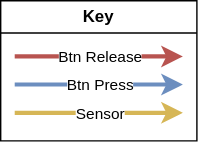
This is design/state_transitions.drawio.svg from FRCTeam3255/2026_Retrobot_Code, a draw.io export, as it was before one commit. Source tidied: cells renumbered, new cells last; positions are measured from the earlier drawing's top-left corner, leaving out a move shared by most shapes. Source of this version:
```xml
<mxGraphModel>
  <root>
    <mxCell id="0" />
    <mxCell id="1" parent="0" />
    <mxCell id="2" value="Key" style="swimlane;whiteSpace=wrap;html=1;" parent="1" vertex="1">
      <mxGeometry width="140" height="100" as="geometry" />
    </mxCell>
    <mxCell id="3" style="endArrow=classic;html=1;fillColor=#f8cecc;strokeColor=#b85450;strokeWidth=3;" parent="2" edge="1">
      <mxGeometry relative="1" as="geometry">
        <mxPoint x="10" y="39.8" as="sourcePoint" />
        <mxPoint x="130" y="39.8" as="targetPoint" />
      </mxGeometry>
    </mxCell>
    <mxCell id="4" value="Btn Release" style="edgeLabel;html=1;align=center;verticalAlign=middle;" parent="3" vertex="1">
      <mxGeometry relative="1" as="geometry" />
    </mxCell>
    <mxCell id="5" style="endArrow=classic;html=1;fillColor=#dae8fc;strokeColor=#6c8ebf;strokeWidth=3;" parent="2" edge="1">
      <mxGeometry relative="1" as="geometry">
        <mxPoint x="10" y="59.8" as="sourcePoint" />
        <mxPoint x="130" y="59.8" as="targetPoint" />
      </mxGeometry>
    </mxCell>
    <mxCell id="6" value="Btn Press" style="edgeLabel;html=1;align=center;verticalAlign=middle;" parent="5" vertex="1">
      <mxGeometry relative="1" as="geometry" />
    </mxCell>
    <mxCell id="7" style="endArrow=classic;html=1;fillColor=#fff2cc;strokeColor=#d6b656;strokeWidth=3;" parent="2" edge="1">
      <mxGeometry relative="1" as="geometry">
        <mxPoint x="10" y="80" as="sourcePoint" />
        <mxPoint x="130" y="80" as="targetPoint" />
      </mxGeometry>
    </mxCell>
    <mxCell id="8" value="Sensor" style="edgeLabel;html=1;align=center;verticalAlign=middle;" parent="7" vertex="1">
      <mxGeometry relative="1" as="geometry" />
    </mxCell>
  </root>
</mxGraphModel>
```
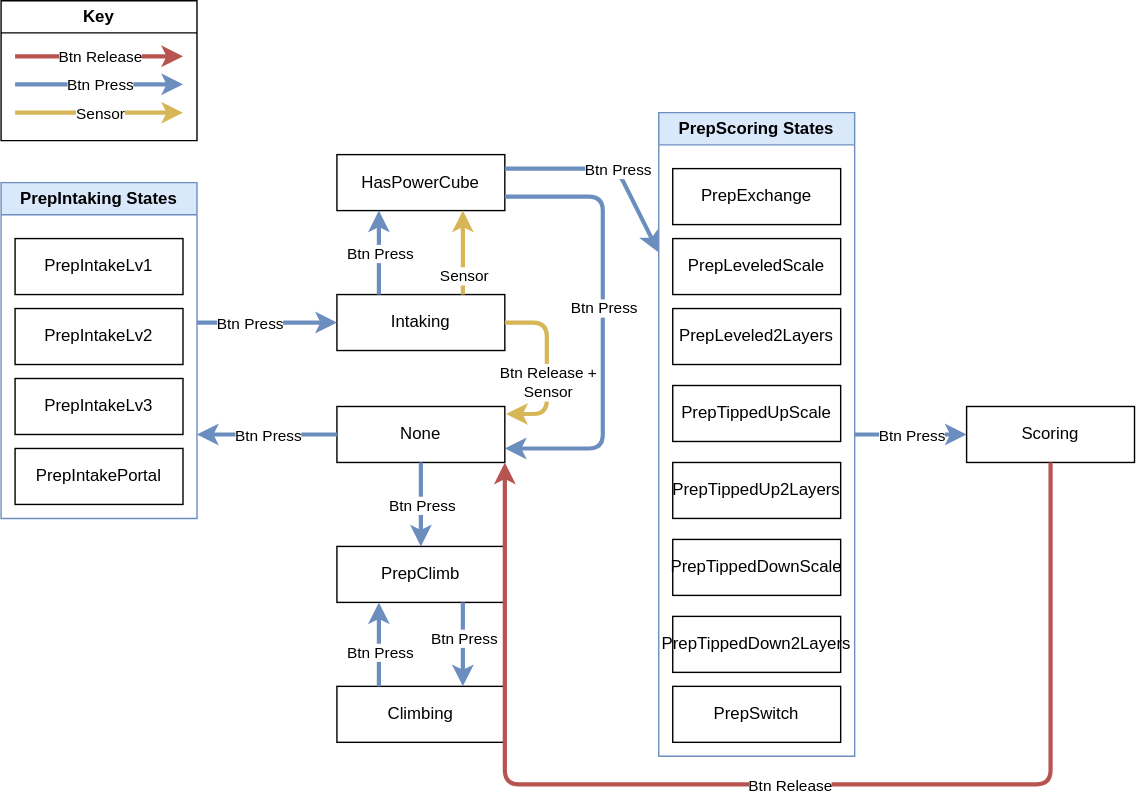
The same diagram one commit later.

What changed in the source:
```diff
@@ -32,5 +32,162 @@
     <mxCell id="8" value="Sensor" style="edgeLabel;html=1;align=center;verticalAlign=middle;" parent="7" vertex="1">
       <mxGeometry relative="1" as="geometry" />
     </mxCell>
+    <mxCell id="9" value="None" style="whiteSpace=wrap;html=1;" parent="1" vertex="1">
+      <mxGeometry x="240" y="290" width="120" height="40" as="geometry" />
+    </mxCell>
+    <mxCell id="10" value="Intaking" style="whiteSpace=wrap;html=1;" parent="1" vertex="1">
+      <mxGeometry x="240" y="210" width="120" height="40" as="geometry" />
+    </mxCell>
+    <mxCell id="11" value="&lt;span style=&quot;color: rgb(0, 0, 0);&quot;&gt;PrepIntaking States&lt;/span&gt;" style="swimlane;whiteSpace=wrap;html=1;fillColor=#dae8fc;strokeColor=#6c8ebf;" parent="1" vertex="1">
+      <mxGeometry y="130" width="140" height="240" as="geometry" />
+    </mxCell>
+    <mxCell id="12" value="PrepIntakeLv1" style="whiteSpace=wrap;html=1;" parent="11" vertex="1">
+      <mxGeometry x="10" y="40" width="120" height="40" as="geometry" />
+    </mxCell>
+    <mxCell id="13" value="PrepIntakeLv2" style="whiteSpace=wrap;html=1;" parent="11" vertex="1">
+      <mxGeometry x="10" y="90" width="120" height="40" as="geometry" />
+    </mxCell>
+    <mxCell id="14" value="PrepIntakeLv3" style="whiteSpace=wrap;html=1;" parent="11" vertex="1">
+      <mxGeometry x="10" y="140" width="120" height="40" as="geometry" />
+    </mxCell>
+    <mxCell id="15" value="PrepIntakePortal" style="whiteSpace=wrap;html=1;" parent="11" vertex="1">
+      <mxGeometry x="10" y="190" width="120" height="40" as="geometry" />
+    </mxCell>
+    <mxCell id="16" value="Scoring" style="whiteSpace=wrap;html=1;" parent="1" vertex="1">
+      <mxGeometry x="690" y="290" width="120" height="40" as="geometry" />
+    </mxCell>
+    <mxCell id="17" value="PrepClimb" style="whiteSpace=wrap;html=1;" parent="1" vertex="1">
+      <mxGeometry x="240" y="390" width="120" height="40" as="geometry" />
+    </mxCell>
+    <mxCell id="18" value="Climbing" style="whiteSpace=wrap;html=1;" parent="1" vertex="1">
+      <mxGeometry x="240" y="490" width="120" height="40" as="geometry" />
+    </mxCell>
+    <mxCell id="19" value="&lt;span style=&quot;color: rgb(0, 0, 0);&quot;&gt;PrepScoring States&lt;/span&gt;" style="swimlane;whiteSpace=wrap;html=1;fillColor=#dae8fc;strokeColor=#6c8ebf;" parent="1" vertex="1">
+      <mxGeometry x="470" y="80" width="140" height="460" as="geometry" />
+    </mxCell>
+    <mxCell id="20" value="PrepExchange" style="whiteSpace=wrap;html=1;" parent="19" vertex="1">
+      <mxGeometry x="10" y="40" width="120" height="40" as="geometry" />
+    </mxCell>
+    <mxCell id="21" value="PrepLeveledScale" style="whiteSpace=wrap;html=1;" parent="19" vertex="1">
+      <mxGeometry x="10" y="90" width="120" height="40" as="geometry" />
+    </mxCell>
+    <mxCell id="22" value="PrepTippedUpScale" style="whiteSpace=wrap;html=1;" parent="19" vertex="1">
+      <mxGeometry x="10" y="195" width="120" height="40" as="geometry" />
+    </mxCell>
+    <mxCell id="23" value="PrepTippedDownScale" style="whiteSpace=wrap;html=1;" parent="19" vertex="1">
+      <mxGeometry x="10" y="305" width="120" height="40" as="geometry" />
+    </mxCell>
+    <mxCell id="24" value="PrepLeveled2Layers" style="whiteSpace=wrap;html=1;" parent="19" vertex="1">
+      <mxGeometry x="10" y="140" width="120" height="40" as="geometry" />
+    </mxCell>
+    <mxCell id="25" value="PrepTippedUp2Layers" style="whiteSpace=wrap;html=1;" parent="19" vertex="1">
+      <mxGeometry x="10" y="250" width="120" height="40" as="geometry" />
+    </mxCell>
+    <mxCell id="26" value="PrepTippedDown2Layers" style="whiteSpace=wrap;html=1;" parent="19" vertex="1">
+      <mxGeometry x="10" y="360" width="120" height="40" as="geometry" />
+    </mxCell>
+    <mxCell id="27" value="PrepSwitch" style="whiteSpace=wrap;html=1;" parent="19" vertex="1">
+      <mxGeometry x="10" y="410" width="120" height="40" as="geometry" />
+    </mxCell>
+    <mxCell id="28" value="HasPowerCube" style="whiteSpace=wrap;html=1;" parent="1" vertex="1">
+      <mxGeometry x="240" y="110" width="120" height="40" as="geometry" />
+    </mxCell>
+    <mxCell id="29" style="endArrow=classic;html=1;fillColor=#dae8fc;strokeColor=#6c8ebf;strokeWidth=3;exitX=0;exitY=0.5;exitDx=0;exitDy=0;entryX=1;entryY=0.75;entryDx=0;entryDy=0;" parent="1" edge="1" source="9" target="11">
+      <mxGeometry relative="1" as="geometry" />
+    </mxCell>
+    <mxCell id="30" value="Btn Press" style="edgeLabel;html=1;align=center;verticalAlign=middle;" parent="29" vertex="1">
+      <mxGeometry relative="1" as="geometry" />
+    </mxCell>
+    <mxCell id="31" style="endArrow=classic;html=1;fillColor=#dae8fc;strokeColor=#6c8ebf;strokeWidth=3;exitX=0.5;exitY=1;exitDx=0;exitDy=0;entryX=0.5;entryY=0;entryDx=0;entryDy=0;" parent="1" edge="1" source="9" target="17">
+      <mxGeometry relative="1" as="geometry" />
+    </mxCell>
+    <mxCell id="32" value="Btn Press" style="edgeLabel;html=1;align=center;verticalAlign=middle;" parent="31" vertex="1">
+      <mxGeometry relative="1" as="geometry" />
+    </mxCell>
+    <mxCell id="33" style="endArrow=classic;html=1;fillColor=#dae8fc;strokeColor=#6c8ebf;strokeWidth=3;entryX=0;entryY=0.5;entryDx=0;entryDy=0;" parent="1" edge="1" target="10">
+      <mxGeometry x="-0.25" relative="1" as="geometry">
+        <mxPoint x="140" y="230" as="sourcePoint" />
+        <Array as="points">
+          <mxPoint x="160" y="230" />
+        </Array>
+      </mxGeometry>
+    </mxCell>
+    <mxCell id="34" value="Btn Press" style="edgeLabel;html=1;align=center;verticalAlign=middle;" parent="33" vertex="1">
+      <mxGeometry x="-0.25" relative="1" as="geometry" />
+    </mxCell>
+    <mxCell id="35" style="endArrow=classic;html=1;fillColor=#fff2cc;strokeColor=#d6b656;strokeWidth=3;exitX=0.75;exitY=0;exitDx=0;exitDy=0;entryX=0.75;entryY=1;entryDx=0;entryDy=0;" parent="1" edge="1" source="10" target="28">
+      <mxGeometry relative="1" as="geometry" />
+    </mxCell>
+    <mxCell id="36" value="Sensor" style="edgeLabel;html=1;align=center;verticalAlign=middle;" parent="35" vertex="1">
+      <mxGeometry x="-0.54" relative="1" as="geometry" />
+    </mxCell>
+    <mxCell id="37" style="endArrow=classic;html=1;fillColor=#fff2cc;strokeColor=#d6b656;strokeWidth=3;exitX=1;exitY=0.5;exitDx=0;exitDy=0;entryX=1.008;entryY=0.134;entryDx=0;entryDy=0;entryPerimeter=0;" parent="1" edge="1" source="10" target="9">
+      <mxGeometry x="0.17" relative="1" as="geometry">
+        <Array as="points">
+          <mxPoint x="390" y="230" />
+          <mxPoint x="390" y="295.4" />
+        </Array>
+      </mxGeometry>
+    </mxCell>
+    <mxCell id="38" value="Btn Release +&amp;nbsp;&lt;div&gt;Sensor&lt;/div&gt;" style="edgeLabel;html=1;align=center;verticalAlign=middle;" parent="37" vertex="1">
+      <mxGeometry x="0.16" relative="1" as="geometry" />
+    </mxCell>
+    <mxCell id="39" style="endArrow=classic;html=1;fillColor=#dae8fc;strokeColor=#6c8ebf;strokeWidth=3;exitX=1;exitY=0.25;exitDx=0;exitDy=0;" parent="1" edge="1" source="28">
+      <mxGeometry x="0.11" relative="1" as="geometry">
+        <mxPoint x="470" y="180" as="targetPoint" />
+        <Array as="points">
+          <mxPoint x="440" y="120" />
+        </Array>
+      </mxGeometry>
+    </mxCell>
+    <mxCell id="40" value="Btn Press" style="edgeLabel;html=1;align=center;verticalAlign=middle;" parent="39" vertex="1">
+      <mxGeometry x="0.09" relative="1" as="geometry" />
+    </mxCell>
+    <mxCell id="41" style="endArrow=classic;html=1;fillColor=#dae8fc;strokeColor=#6c8ebf;strokeWidth=3;exitX=1;exitY=0.5;exitDx=0;exitDy=0;entryX=0;entryY=0.5;entryDx=0;entryDy=0;" parent="1" edge="1" source="19" target="16">
+      <mxGeometry relative="1" as="geometry" />
+    </mxCell>
+    <mxCell id="42" value="Btn Press" style="edgeLabel;html=1;align=center;verticalAlign=middle;" parent="41" vertex="1">
+      <mxGeometry relative="1" as="geometry" />
+    </mxCell>
+    <mxCell id="43" style="endArrow=classic;html=1;fillColor=#f8cecc;strokeColor=#b85450;strokeWidth=3;exitX=0.5;exitY=1;exitDx=0;exitDy=0;entryX=1;entryY=1;entryDx=0;entryDy=0;" parent="1" edge="1" source="16" target="9">
+      <mxGeometry x="-0.01" relative="1" as="geometry">
+        <Array as="points">
+          <mxPoint x="750" y="560" />
+          <mxPoint x="360" y="560" />
+        </Array>
+      </mxGeometry>
+    </mxCell>
+    <mxCell id="44" value="Btn Release" style="edgeLabel;html=1;align=center;verticalAlign=middle;" parent="43" vertex="1">
+      <mxGeometry x="-0.02" relative="1" as="geometry" />
+    </mxCell>
+    <mxCell id="45" style="endArrow=classic;html=1;fillColor=#dae8fc;strokeColor=#6c8ebf;strokeWidth=3;exitX=0.75;exitY=1;exitDx=0;exitDy=0;entryX=0.75;entryY=0;entryDx=0;entryDy=0;" parent="1" edge="1" source="17" target="18">
+      <mxGeometry relative="1" as="geometry" />
+    </mxCell>
+    <mxCell id="46" value="Btn Press" style="edgeLabel;html=1;align=center;verticalAlign=middle;" parent="45" vertex="1">
+      <mxGeometry x="-0.17" relative="1" as="geometry" />
+    </mxCell>
+    <mxCell id="47" style="endArrow=classic;html=1;fillColor=#dae8fc;strokeColor=#6c8ebf;strokeWidth=3;exitX=0.25;exitY=0;exitDx=0;exitDy=0;entryX=0.25;entryY=1;entryDx=0;entryDy=0;" parent="1" edge="1" source="18" target="17">
+      <mxGeometry relative="1" as="geometry" />
+    </mxCell>
+    <mxCell id="48" value="Btn Press" style="edgeLabel;html=1;align=center;verticalAlign=middle;" parent="47" vertex="1">
+      <mxGeometry x="-0.17" relative="1" as="geometry" />
+    </mxCell>
+    <mxCell id="49" style="endArrow=classic;html=1;fillColor=#fff2cc;strokeColor=#6C8EBF;strokeWidth=3;exitX=1;exitY=0.75;exitDx=0;exitDy=0;entryX=1;entryY=0.75;entryDx=0;entryDy=0;" parent="1" edge="1" source="28" target="9">
+      <mxGeometry x="-0.05" relative="1" as="geometry">
+        <Array as="points">
+          <mxPoint x="430" y="140" />
+          <mxPoint x="430" y="320" />
+        </Array>
+      </mxGeometry>
+    </mxCell>
+    <mxCell id="50" value="Btn Press" style="edgeLabel;html=1;align=center;verticalAlign=middle;" parent="49" vertex="1">
+      <mxGeometry x="-0.07" relative="1" as="geometry" />
+    </mxCell>
+    <mxCell id="51" style="endArrow=classic;html=1;fillColor=#dae8fc;strokeColor=#6c8ebf;strokeWidth=3;exitX=0.25;exitY=0;exitDx=0;exitDy=0;entryX=0.25;entryY=1;entryDx=0;entryDy=0;" parent="1" edge="1" source="10" target="28">
+      <mxGeometry relative="1" as="geometry" />
+    </mxCell>
+    <mxCell id="52" value="Btn Press" style="edgeLabel;html=1;align=center;verticalAlign=middle;" parent="51" vertex="1">
+      <mxGeometry relative="1" as="geometry" />
+    </mxCell>
   </root>
 </mxGraphModel>
```
